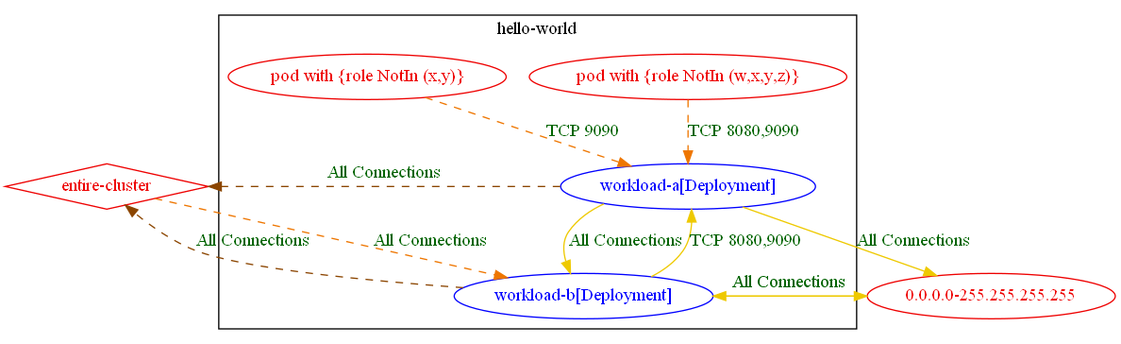
Before: test_outputs/connlist/exposure_test_exposure_with_different_rules_4_connlist_output.dot.png, a diagram exported from Graphviz (np-guard/netpol-analyzer). Its source is kept beside it as test_outputs/connlist/exposure_test_exposure_with_different_rules_4_connlist_output.dot.
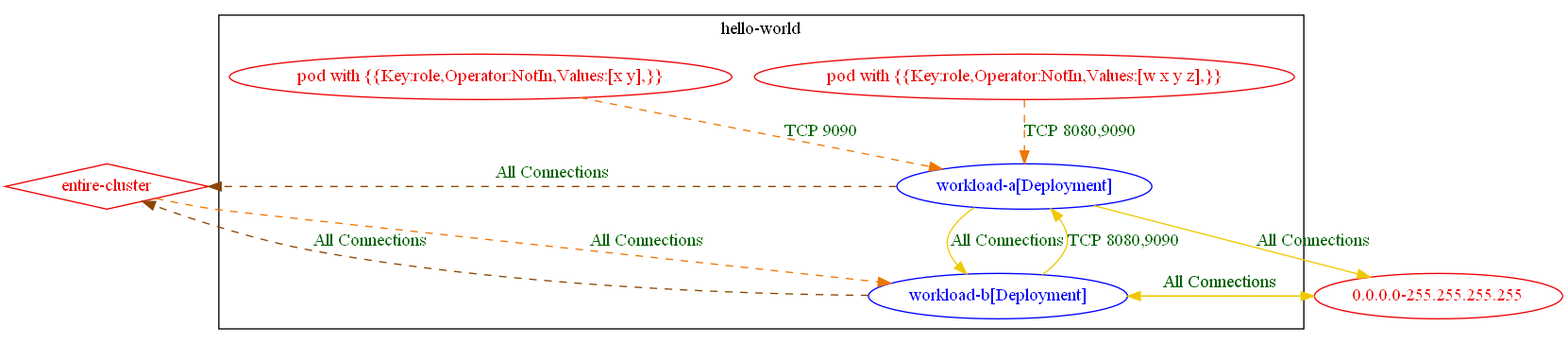
After the change.

Change to the diagram source:
```diff
@@ -4,8 +4,8 @@
 		fontcolor="black"
 		"hello-world/workload-a[Deployment]" [label="workload-a[Deployment]" color="blue" fontcolor="blue"]
 		"hello-world/workload-b[Deployment]" [label="workload-b[Deployment]" color="blue" fontcolor="blue"]
-		"pod with {role NotIn (w,x,y,z)}_in_hello-world" [label="pod with {role NotIn (w,x,y,z)}" color="red2" fontcolor="red2"]
-		"pod with {role NotIn (x,y)}_in_hello-world" [label="pod with {role NotIn (x,y)}" color="red2" fontcolor="red2"]
+		"pod with {{Key:role,Operator:NotIn,Values:[w x y z],}}_in_hello-world" [label="pod with {{Key:role,Operator:NotIn,Values:[w x y z],}}" color="red2" fontcolor="red2"]
+		"pod with {{Key:role,Operator:NotIn,Values:[x y],}}_in_hello-world" [label="pod with {{Key:role,Operator:NotIn,Values:[x y],}}" color="red2" fontcolor="red2"]
 		label="hello-world"
 	}
 	"0.0.0.0-255.255.255.255" [label="0.0.0.0-255.255.255.255" color="red2" fontcolor="red2"]
@@ -18,6 +18,6 @@
 	"hello-world/workload-b[Deployment]" -> "0.0.0.0-255.255.255.255" [label="All Connections" color="gold2" fontcolor="darkgreen"]
 	"hello-world/workload-b[Deployment]" -> "entire-cluster" [label="All Connections" color="darkorange4" fontcolor="darkgreen" weight=0.5 style=dashed]
 	"hello-world/workload-b[Deployment]" -> "hello-world/workload-a[Deployment]" [label="TCP 8080,9090" color="gold2" fontcolor="darkgreen"]
-	"pod with {role NotIn (w,x,y,z)}_in_hello-world" -> "hello-world/workload-a[Deployment]" [label="TCP 8080,9090" color="darkorange2" fontcolor="darkgreen" weight=1 style=dashed]
-	"pod with {role NotIn (x,y)}_in_hello-world" -> "hello-world/workload-a[Deployment]" [label="TCP 9090" color="darkorange2" fontcolor="darkgreen" weight=1 style=dashed]
+	"pod with {{Key:role,Operator:NotIn,Values:[w x y z],}}_in_hello-world" -> "hello-world/workload-a[Deployment]" [label="TCP 8080,9090" color="darkorange2" fontcolor="darkgreen" weight=1 style=dashed]
+	"pod with {{Key:role,Operator:NotIn,Values:[x y],}}_in_hello-world" -> "hello-world/workload-a[Deployment]" [label="TCP 9090" color="darkorange2" fontcolor="darkgreen" weight=1 style=dashed]
 }
```
